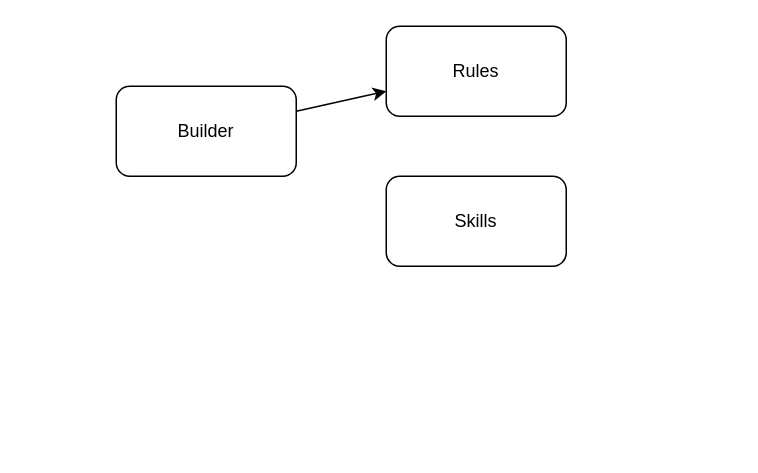
lezw-1/builder keeps this draw.io diagram as test.drawio. Above is the earlier version. Source tidied: cells renumbered, new cells numbered last; positions are measured from the earlier drawing's top-left corner, leaving out a move shared by most shapes. Both pictures are drawn from the tidied source at 150%, with x=0, y=0 at pixel (116, 26).
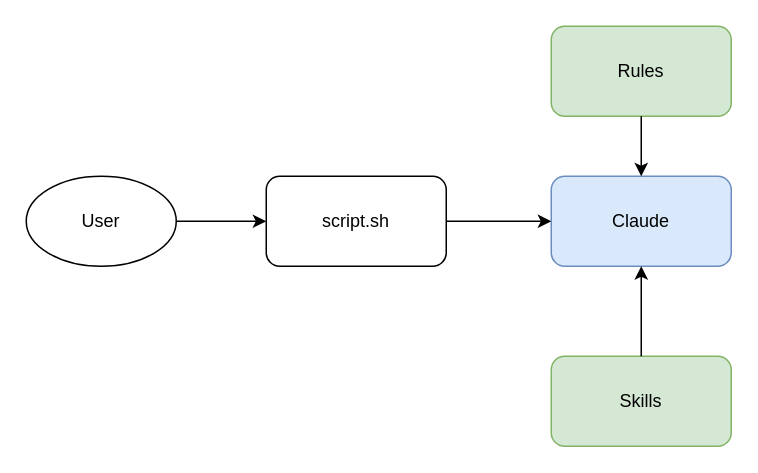
After the change.

Commit message:
rewrite test diagram with builder flow

Change to the diagram source:
```diff
@@
 <mxGraphModel>
   <root>
     <mxCell id="0" />
     <mxCell id="1" parent="0" />
-    <mxCell id="2" value="Builder" style="rounded=1;whiteSpace=wrap;html=1;" parent="1" vertex="1">
-      <mxGeometry y="40" width="120" height="60" as="geometry" />
+    <mxCell id="2" value="User" style="ellipse;whiteSpace=wrap;html=1;" parent="1" vertex="1">
+      <mxGeometry x="-60" y="100" width="100" height="60" as="geometry" />
     </mxCell>
-    <mxCell id="3" value="Rules" style="rounded=1;whiteSpace=wrap;html=1;" parent="1" vertex="1">
-      <mxGeometry x="180" width="120" height="60" as="geometry" />
+    <mxCell id="3" value="script.sh" style="rounded=1;whiteSpace=wrap;html=1;" parent="1" vertex="1">
+      <mxGeometry x="100" y="100" width="120" height="60" as="geometry" />
     </mxCell>
-    <mxCell id="4" value="Skills" style="rounded=1;whiteSpace=wrap;html=1;" parent="1" vertex="1">
-      <mxGeometry x="180" y="100" width="120" height="60" as="geometry" />
+    <mxCell id="4" value="Claude" style="rounded=1;whiteSpace=wrap;html=1;fillColor=#dae8fc;strokeColor=#6c8ebf;" parent="1" vertex="1">
+      <mxGeometry x="290" y="100" width="120" height="60" as="geometry" />
     </mxCell>
-    <mxCell id="5" parent="1" edge="1" source="2" target="3">
-      <mxGeometry relative="1" as="geometry" />
+    <mxCell id="5" value="Rules" style="rounded=1;whiteSpace=wrap;html=1;fillColor=#d5e8d4;strokeColor=#82b366;" parent="1" vertex="1">
+      <mxGeometry x="290" width="120" height="60" as="geometry" />
     </mxCell>
+    <mxCell id="6" value="Skills" style="rounded=1;whiteSpace=wrap;html=1;fillColor=#d5e8d4;strokeColor=#82b366;" parent="1" vertex="1">
+      <mxGeometry x="290" y="220" width="120" height="60" as="geometry" />
+    </mxCell>
+    <mxCell id="7" parent="1" edge="1" source="2" target="3">
+      <mxGeometry relative="1" as="geometry" />
+    </mxCell>
+    <mxCell id="8" parent="1" edge="1" source="3" target="4">
+      <mxGeometry relative="1" as="geometry" />
+    </mxCell>
+    <mxCell id="9" parent="1" edge="1" source="5" target="4">
+      <mxGeometry relative="1" as="geometry" />
+    </mxCell>
+    <mxCell id="10" parent="1" edge="1" source="6" target="4">
+      <mxGeometry relative="1" as="geometry" />
+    </mxCell>
   </root>
 </mxGraphModel>
```
